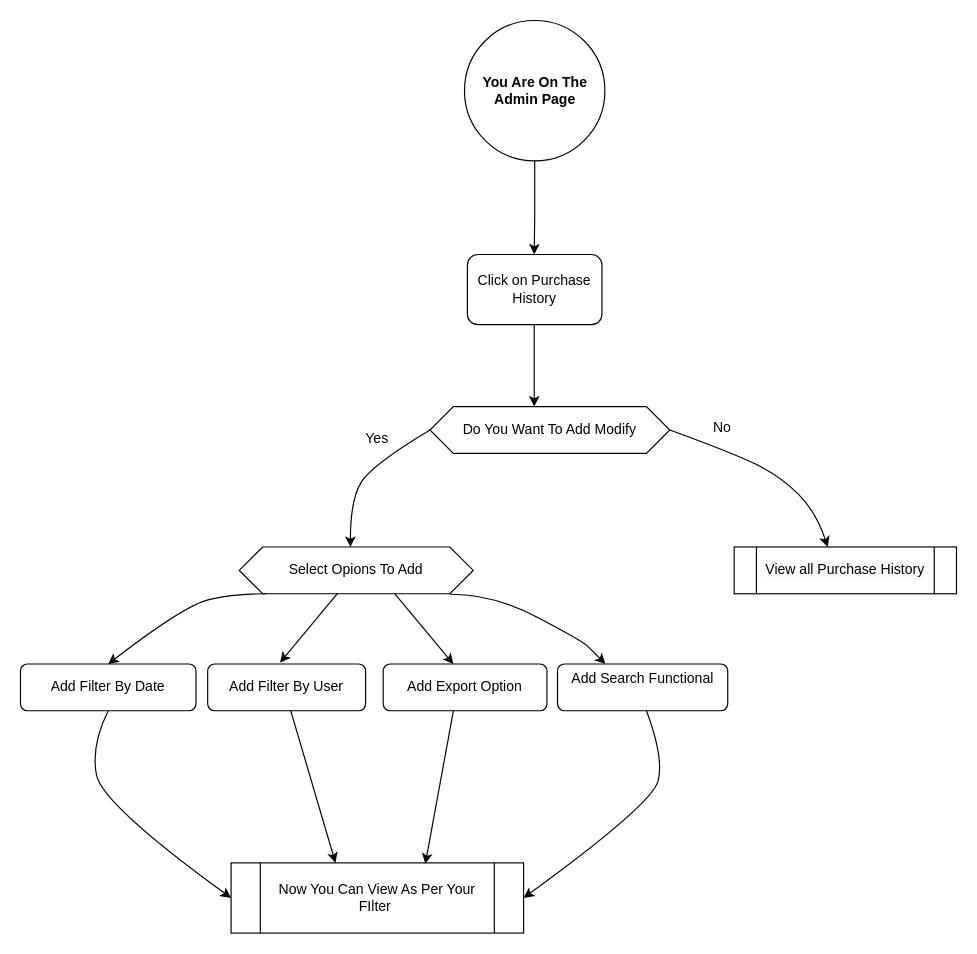
This is page "purchase history" (5 of 5) of application flow diagrames.drawio from Kuldeeptech0/document-hub-, a draw.io file, before an edit. Source tidied: cells renumbered, new cells numbered last; positions are measured from the earlier drawing's top-left corner, leaving out a move shared by most shapes. Both pictures are drawn from the tidied source at 117%, with x=0, y=0 at pixel (20, 20).
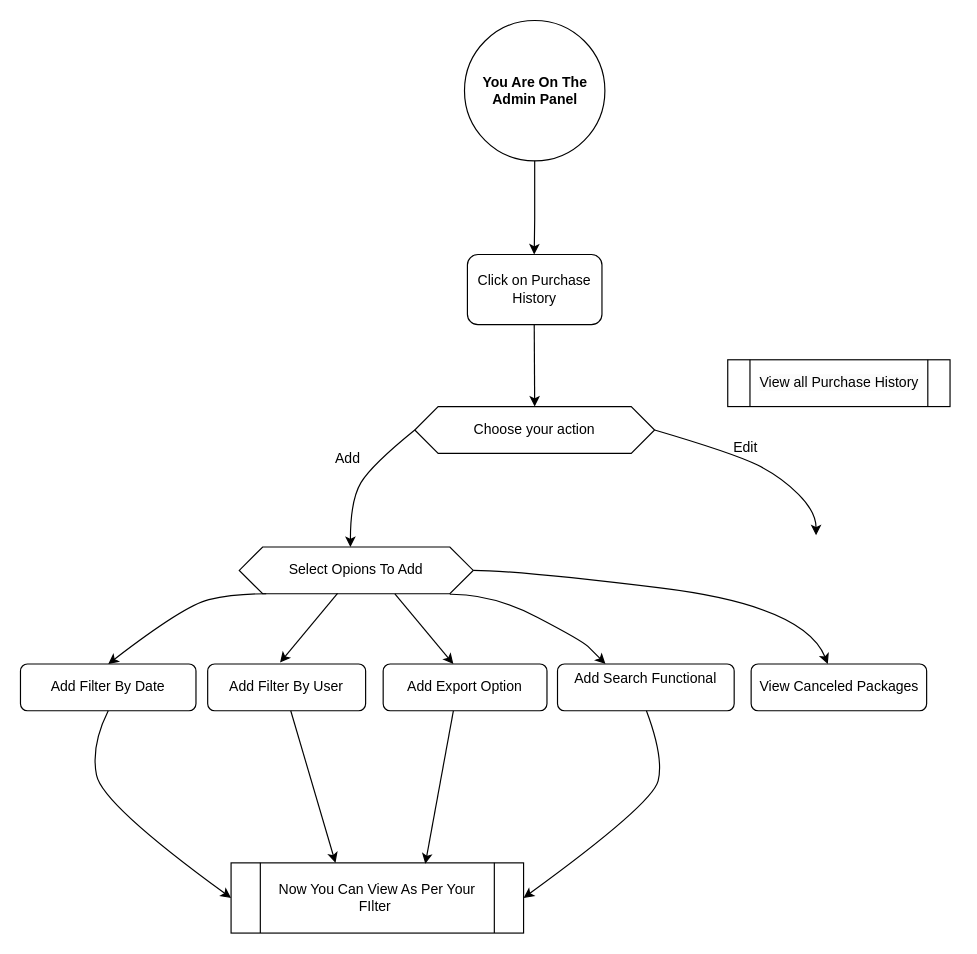
The same diagram, later.

What changed in the source:
```diff
@@
-    <mxCell id="2" value="&lt;b&gt;You Are On The Admin Page&lt;/b&gt;" style="ellipse;whiteSpace=wrap;html=1;" parent="1" vertex="1">
+    <mxCell id="2" value="&lt;b&gt;You Are On The Admin Panel&lt;/b&gt;" style="ellipse;whiteSpace=wrap;html=1;" parent="1" vertex="1">
       <mxGeometry x="379.5" width="120" height="120" as="geometry" />
     </mxCell>
@@
-    <mxCell id="5" value="Do You Want To Add Modify" style="shape=hexagon;perimeter=hexagonPerimeter2;whiteSpace=wrap;html=1;fixedSize=1;" parent="1" vertex="1">
-      <mxGeometry x="350" y="330" width="205" height="40" as="geometry" />
-    </mxCell>
-    <mxCell id="6" value="No&lt;div&gt;&lt;br&gt;&lt;/div&gt;" style="text;html=1;align=center;verticalAlign=middle;whiteSpace=wrap;rounded=0;" parent="1" vertex="1">
-      <mxGeometry x="570" y="340" width="60" height="30" as="geometry" />
+    <mxCell id="6" value="&lt;div&gt;Edit&lt;/div&gt;" style="text;html=1;align=center;verticalAlign=middle;whiteSpace=wrap;rounded=0;" parent="1" vertex="1">
+      <mxGeometry x="590" y="350" width="60" height="30" as="geometry" />
     </mxCell>
-    <mxCell id="7" value="Yes&lt;div&gt;&lt;br&gt;&lt;/div&gt;" style="text;html=1;align=center;verticalAlign=middle;whiteSpace=wrap;rounded=0;" parent="1" vertex="1">
-      <mxGeometry x="275" y="350" width="60" height="30" as="geometry" />
+    <mxCell id="7" value="&lt;div&gt;Add&lt;/div&gt;" style="text;html=1;align=center;verticalAlign=middle;whiteSpace=wrap;rounded=0;" parent="1" vertex="1">
+      <mxGeometry x="250" y="360" width="60" height="30" as="geometry" />
     </mxCell>
-    <mxCell id="8" style="curved=1;endArrow=classic;html=1;rounded=0;exitX=0;exitY=0.5;exitDx=0;exitDy=0;" parent="1" edge="1" source="5">
+    <mxCell id="8" style="curved=1;endArrow=classic;html=1;rounded=0;exitX=0;exitY=0.5;exitDx=0;exitDy=0;" parent="1" edge="1" source="26">
       <mxGeometry relative="1" as="geometry">
         <mxPoint x="282" y="450" as="targetPoint" />
         <Array as="points">
           <mxPoint x="300" y="380" />
           <mxPoint x="282" y="410" />
         </Array>
       </mxGeometry>
     </mxCell>
@@
     <mxCell id="17" value="Add Search Functional&lt;div&gt;&lt;br&gt;&lt;/div&gt;" style="rounded=1;whiteSpace=wrap;html=1;" parent="1" vertex="1">
-      <mxGeometry x="459" y="550" width="145.5" height="40" as="geometry" />
+      <mxGeometry x="459" y="550" width="151" height="40" as="geometry" />
     </mxCell>
     <mxCell id="18" value="&lt;font style=&quot;font-size: 12px;&quot;&gt;&lt;span style=&quot;color: rgb(0, 0, 0); font-family: Helvetica; font-style: normal; font-variant-ligatures: normal; font-variant-caps: normal; font-weight: 400; letter-spacing: normal; orphans: 2; text-align: center; text-indent: 0px; text-transform: none; widows: 2; word-spacing: 0px; -webkit-text-stroke-width: 0px; white-space: normal; background-color: rgb(251, 251, 251); text-decoration-thickness: initial; text-decoration-style: initial; text-decoration-color: initial; float: none; display: inline !important;&quot;&gt;View all Purchase History&lt;/span&gt;&lt;br&gt;&lt;/font&gt;" style="shape=process;whiteSpace=wrap;html=1;backgroundOutline=1;" parent="1" vertex="1">
-      <mxGeometry x="610" y="450" width="190" height="40" as="geometry" />
+      <mxGeometry x="604.5" y="290" width="190" height="40" as="geometry" />
     </mxCell>
@@
-    <mxCell id="24" style="endArrow=classic;html=1;rounded=0;" parent="1" edge="1">
+    <mxCell id="24" style="endArrow=classic;html=1;rounded=0;entryX=0.5;entryY=0;entryDx=0;entryDy=0;" parent="1" edge="1" target="26">
       <mxGeometry relative="1" as="geometry">
         <mxPoint x="439.1" y="260" as="sourcePoint" />
-        <mxPoint x="439.1" y="330" as="targetPoint" />
       </mxGeometry>
     </mxCell>
-    <mxCell id="25" style="curved=1;endArrow=classic;html=1;rounded=0;exitX=0;exitY=0.5;exitDx=0;exitDy=0;entryX=0.421;entryY=0;entryDx=0;entryDy=0;entryPerimeter=0;" parent="1" edge="1" target="18">
+    <mxCell id="25" style="curved=1;endArrow=classic;html=1;rounded=0;exitX=1;exitY=0.5;exitDx=0;exitDy=0;" parent="1" edge="1" source="26">
       <mxGeometry relative="1" as="geometry">
-        <mxPoint x="555" y="350" as="sourcePoint" />
+        <mxPoint x="680" y="440" as="targetPoint" />
         <Array as="points">
           <mxPoint x="610" y="370" />
           <mxPoint x="650" y="390" />
           <mxPoint x="680" y="420" />
         </Array>
       </mxGeometry>
     </mxCell>
+    <mxCell id="26" value="Choose your action" style="shape=hexagon;perimeter=hexagonPerimeter2;whiteSpace=wrap;html=1;fixedSize=1;" parent="1" vertex="1">
+      <mxGeometry x="337" y="330" width="205" height="40" as="geometry" />
+    </mxCell>
+    <mxCell id="27" value="View Canceled Packages" style="rounded=1;whiteSpace=wrap;html=1;" parent="1" vertex="1">
+      <mxGeometry x="624.5" y="550" width="150" height="40" as="geometry" />
+    </mxCell>
+    <mxCell id="28" style="curved=1;endArrow=classic;html=1;rounded=0;exitX=0.9;exitY=1.011;exitDx=0;exitDy=0;exitPerimeter=0;entryX=0.437;entryY=0;entryDx=0;entryDy=0;entryPerimeter=0;" parent="1" edge="1" target="27">
+      <mxGeometry relative="1" as="geometry">
+        <mxPoint x="387" y="470" as="sourcePoint" />
+        <Array as="points">
+          <mxPoint x="423.3" y="470" />
+          <mxPoint x="670" y="500" />
+        </Array>
+      </mxGeometry>
+    </mxCell>
```
